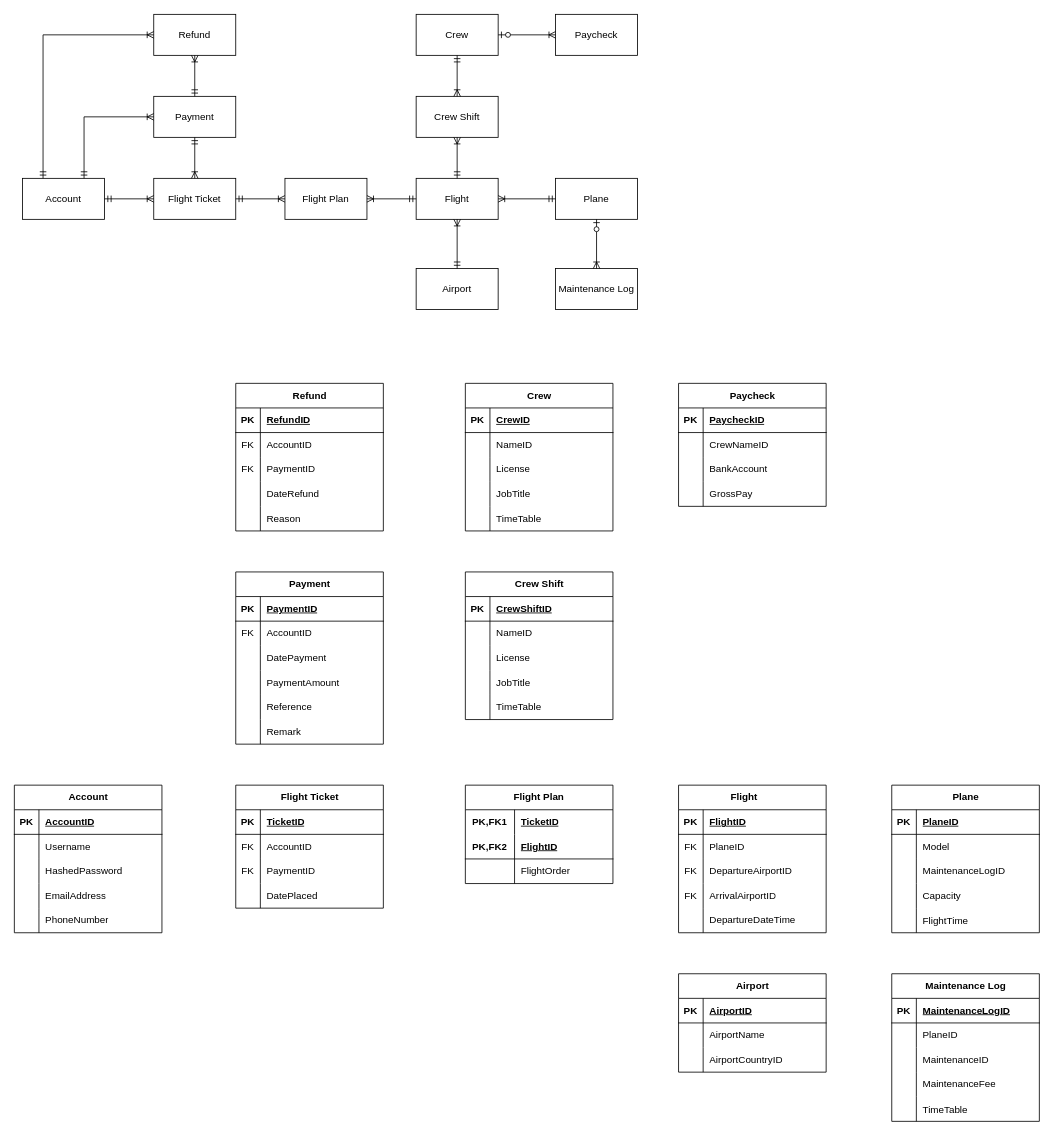
Above: erd_big.drawio in Poleric/database-design-assignment (draw.io), before the change. Source tidied: cells renumbered, new cells numbered last; positions are measured from the earlier drawing's top-left corner, leaving out a move shared by most shapes. Both pictures are drawn from the tidied source at 82%, with x=0, y=0 at pixel (14, 14).
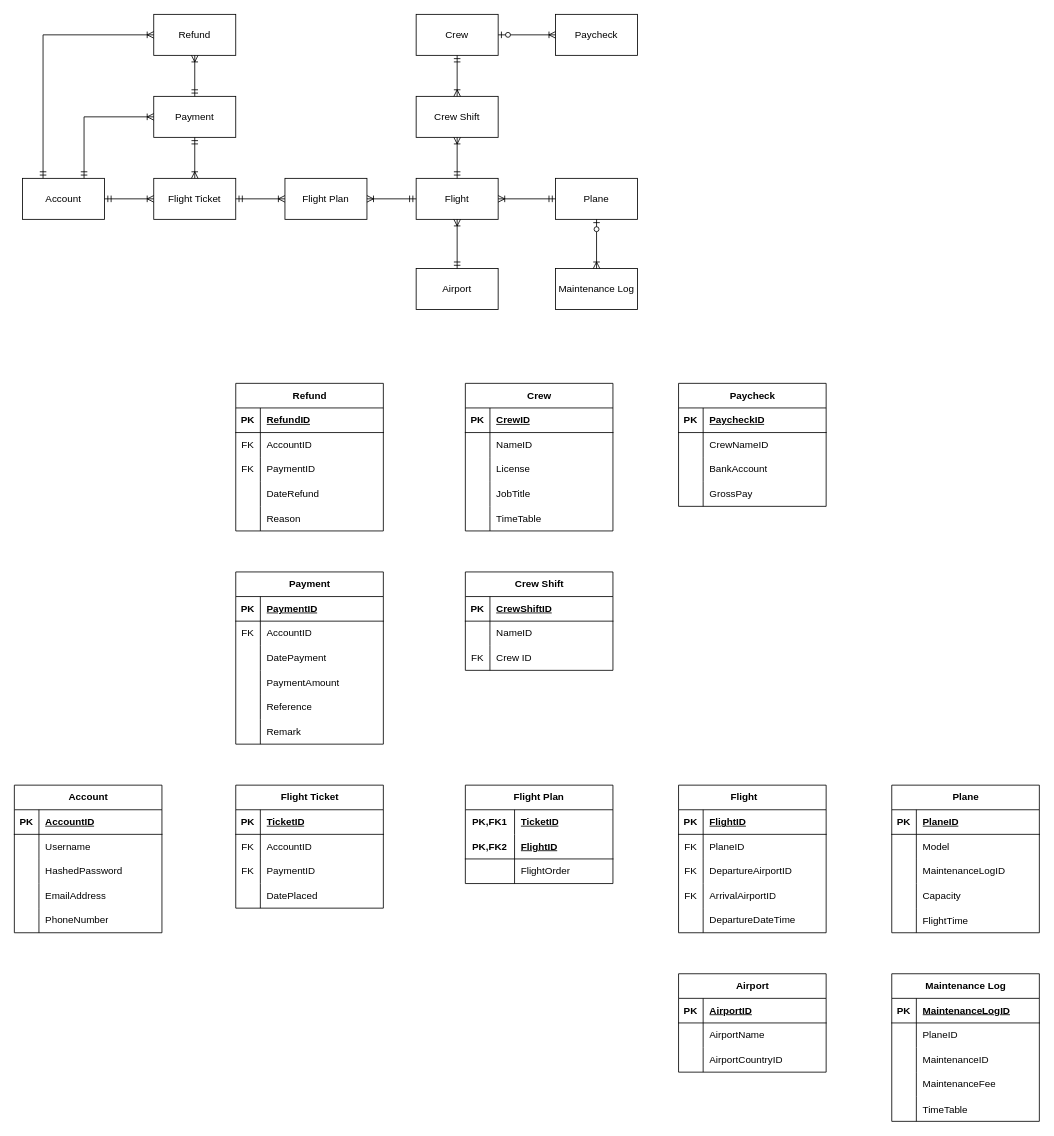
The same page after the edit.

Commit message:
add crew id to crew shift

Unchanged cells that the change refers to:
```xml
<mxCell id="134" style="shape=tableRow;horizontal=0;startSize=0;swimlaneHead=0;swimlaneBody=0;fillColor=none;top=0;left=0;right=0;bottom=0;" parent="127" vertex="1">
  <mxGeometry y="90" width="180" height="30" as="geometry" />
</mxCell>
```

Change to the diagram source:
```diff
@@
     <mxCell id="127" value="Crew Shift" style="shape=table;startSize=30;childLayout=tableLayout;rowLines=0;fontStyle=1;align=center;html=1;" parent="1" vertex="1">
-      <mxGeometry x="550" y="680" width="180" height="180" as="geometry" />
+      <mxGeometry x="550" y="680" width="180" height="120" as="geometry" />
     </mxCell>
@@
-    <mxCell id="135" style="shape=partialRectangle;fillColor=none;top=0;left=0;bottom=0;right=0;overflow=hidden;whiteSpace=wrap;html=1;" parent="134" vertex="1">
+    <mxCell id="135" value="FK" style="shape=partialRectangle;fillColor=none;top=0;left=0;bottom=0;right=0;overflow=hidden;whiteSpace=wrap;html=1;" parent="134" vertex="1">
       <mxGeometry width="30" height="30" as="geometry" />
     </mxCell>
-    <mxCell id="136" value="License" style="shape=partialRectangle;fillColor=none;top=0;left=0;bottom=0;right=0;align=left;spacingLeft=6;overflow=hidden;whiteSpace=wrap;html=1;" parent="134" vertex="1">
+    <mxCell id="136" value="Crew ID" style="shape=partialRectangle;fillColor=none;top=0;left=0;bottom=0;right=0;align=left;spacingLeft=6;overflow=hidden;whiteSpace=wrap;html=1;" parent="134" vertex="1">
       <mxGeometry x="30" width="150" height="30" as="geometry" />
     </mxCell>
-    <mxCell id="137" style="shape=tableRow;horizontal=0;startSize=0;swimlaneHead=0;swimlaneBody=0;fillColor=none;top=0;left=0;right=0;bottom=0;" parent="127" vertex="1">
-      <mxGeometry y="120" width="180" height="30" as="geometry" />
-    </mxCell>
-    <mxCell id="138" style="shape=partialRectangle;fillColor=none;top=0;left=0;bottom=0;right=0;overflow=hidden;" parent="137" vertex="1">
-      <mxGeometry width="30" height="30" as="geometry" />
-    </mxCell>
-    <mxCell id="139" value="JobTitle" style="shape=partialRectangle;fillColor=none;top=0;left=0;bottom=0;right=0;align=left;spacingLeft=6;overflow=hidden;" parent="137" vertex="1">
-      <mxGeometry x="30" width="150" height="30" as="geometry" />
-    </mxCell>
-    <mxCell id="140" style="shape=tableRow;horizontal=0;startSize=0;swimlaneHead=0;swimlaneBody=0;fillColor=none;top=0;left=0;right=0;bottom=0;" parent="127" vertex="1">
-      <mxGeometry y="150" width="180" height="30" as="geometry" />
-    </mxCell>
-    <mxCell id="141" style="shape=partialRectangle;fillColor=none;top=0;left=0;bottom=0;right=0;overflow=hidden;whiteSpace=wrap;html=1;" parent="140" vertex="1">
-      <mxGeometry width="30" height="30" as="geometry" />
-    </mxCell>
-    <mxCell id="142" value="TimeTable" style="shape=partialRectangle;fillColor=none;top=0;left=0;bottom=0;right=0;align=left;spacingLeft=6;overflow=hidden;whiteSpace=wrap;html=1;" parent="140" vertex="1">
-      <mxGeometry x="30" width="150" height="30" as="geometry" />
-    </mxCell>
```
